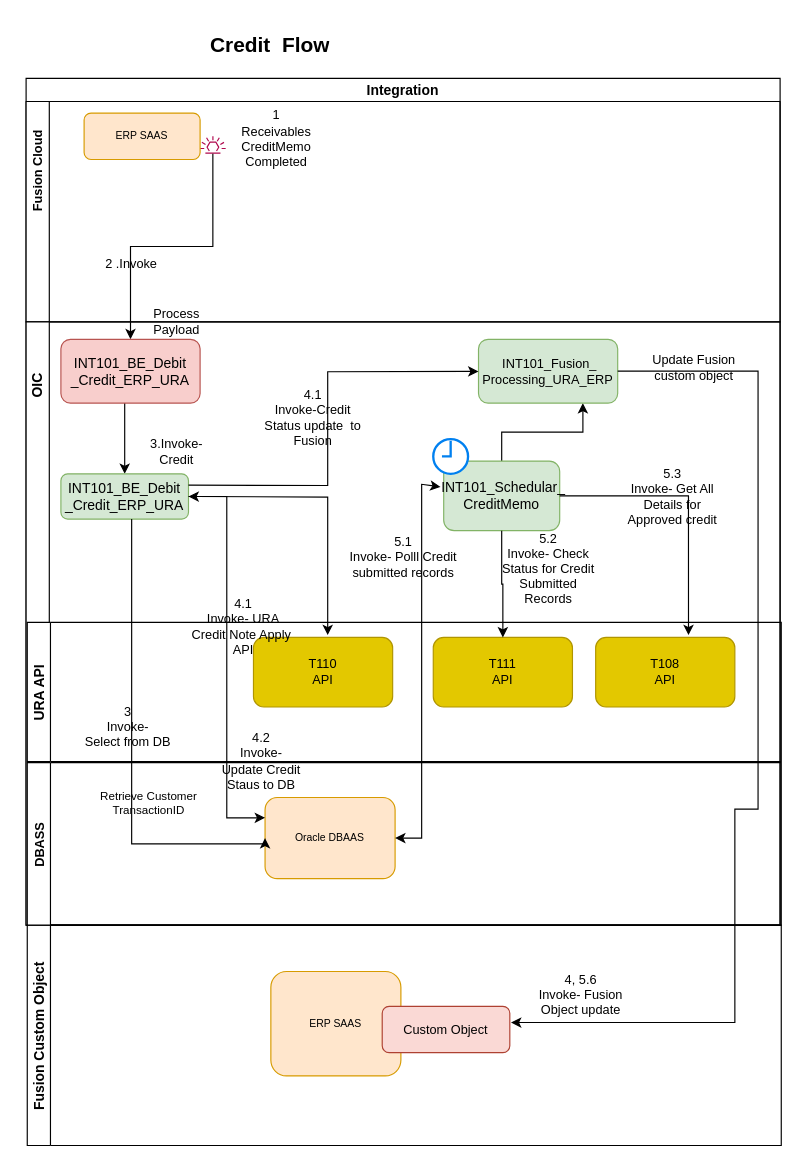
anantwag19/Workspace keeps this draw.io diagram as Credit-Flow Diagram.drawio. Above is the earlier version. Source tidied: cells renumbered, new cells numbered last; positions are measured from the earlier drawing's top-left corner, leaving out a move shared by most shapes. Both pictures are drawn from the tidied source at 116%, with x=0, y=0 at pixel (-15, 31).
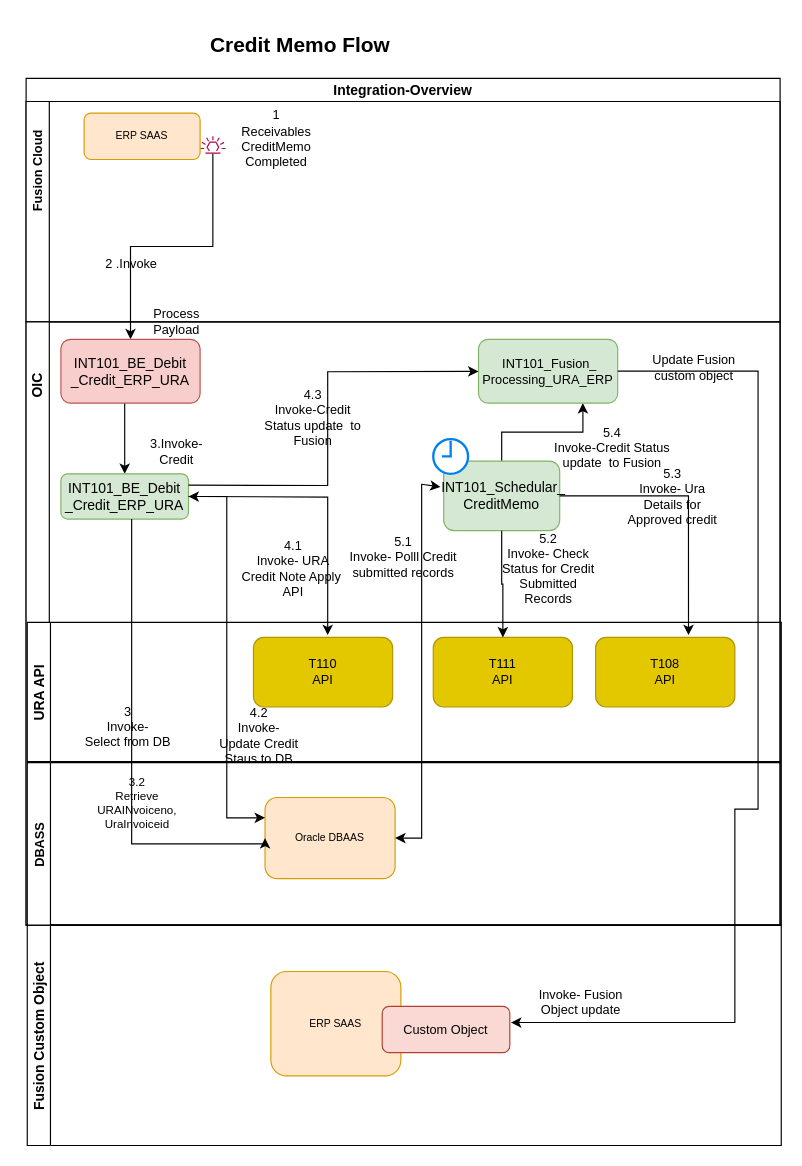
The same page after the edit.

The change refers to these unchanged cells:
```xml
<mxCell id="9" style="swimlane;startSize=20;horizontal=0;" parent="2" vertex="1">
  <mxGeometry y="210" width="650" height="520" as="geometry" />
</mxCell>
<mxCell id="29" value="Fusion Custom Object" style="swimlane;startSize=20;horizontal=0;fontSize=12;fontStyle=1;" parent="1" vertex="1">
  <mxGeometry x="36" y="770" width="650" height="190" as="geometry" />
</mxCell>
<mxCell id="32" value="DBASS" style="swimlane;startSize=20;horizontal=0;fontSize=11;" parent="29" vertex="1">
  <mxGeometry y="-140" width="650" height="140" as="geometry" />
</mxCell>
<mxCell id="38" value="URA API" style="swimlane;startSize=20;horizontal=0;" parent="1" vertex="1">
  <mxGeometry x="36" y="509" width="650" height="120" as="geometry" />
</mxCell>
```

What changed in the source:
```diff
@@
-    <mxCell id="2" value="Integration " style="swimlane;horizontal=1;startSize=20;" parent="1" vertex="1">
+    <mxCell id="2" value="Integration-Overview" style="swimlane;horizontal=1;startSize=20;" parent="1" vertex="1">
       <mxGeometry x="35" y="40" width="650" height="730" as="geometry" />
     </mxCell>
@@
-    <mxCell id="20" value="&lt;div&gt;4.1&lt;/div&gt;&lt;div&gt;Invoke-Credit Status update&amp;nbsp; to Fusion &lt;br&gt;&lt;/div&gt;" style="text;html=1;strokeColor=none;fillColor=none;align=center;verticalAlign=middle;whiteSpace=wrap;rounded=0;fontSize=11;" parent="9" vertex="1">
+    <mxCell id="20" value="&lt;div&gt;4.3&lt;/div&gt;&lt;div&gt;Invoke-Credit Status update&amp;nbsp; to Fusion &lt;br&gt;&lt;/div&gt;" style="text;html=1;strokeColor=none;fillColor=none;align=center;verticalAlign=middle;whiteSpace=wrap;rounded=0;fontSize=11;" parent="9" vertex="1">
       <mxGeometry x="200" y="60" width="95" height="45" as="geometry" />
     </mxCell>
@@
-    <mxCell id="25" value="&lt;div&gt;5.3&lt;/div&gt;&lt;div&gt;Invoke- Get All Details for Approved credit &lt;br&gt;&lt;/div&gt;" style="text;html=1;strokeColor=none;fillColor=none;align=center;verticalAlign=middle;whiteSpace=wrap;rounded=0;fontSize=11;" parent="9" vertex="1">
+    <mxCell id="25" value="&lt;div&gt;5.3&lt;/div&gt;&lt;div&gt;Invoke- Ura Details for Approved credit &lt;br&gt;&lt;/div&gt;" style="text;html=1;strokeColor=none;fillColor=none;align=center;verticalAlign=middle;whiteSpace=wrap;rounded=0;fontSize=11;" parent="9" vertex="1">
       <mxGeometry x="510" y="128" width="95" height="45" as="geometry" />
     </mxCell>
@@
+    <mxCell id="40" value="&lt;div&gt;4.1&lt;/div&gt;&lt;div&gt;Invoke- URA Credit Note Apply&amp;nbsp; API&lt;/div&gt;" style="text;html=1;strokeColor=none;fillColor=none;align=center;verticalAlign=middle;whiteSpace=wrap;rounded=0;fontSize=11;" parent="9" vertex="1">
+      <mxGeometry x="182.5" y="190" width="95" height="45" as="geometry" />
+    </mxCell>
+    <mxCell id="49" value="&lt;div&gt;5.4&lt;br&gt;&lt;/div&gt;&lt;div&gt;Invoke-Credit Status update&amp;nbsp; to Fusion &lt;br&gt;&lt;/div&gt;" style="text;html=1;strokeColor=none;fillColor=none;align=center;verticalAlign=middle;whiteSpace=wrap;rounded=0;fontSize=11;" parent="9" vertex="1">
+      <mxGeometry x="451" y="86" width="109" height="45" as="geometry" />
+    </mxCell>
-    <mxCell id="27" value="&lt;h1&gt;Credit&amp;nbsp; Flow &lt;br&gt;&lt;/h1&gt;&amp;nbsp;" style="text;html=1;strokeColor=none;fillColor=none;spacing=5;spacingTop=-20;whiteSpace=wrap;overflow=hidden;rounded=0;fontSize=9;" parent="1" vertex="1">
+    <mxCell id="27" value="&lt;h1&gt;Credit Memo Flow &lt;br&gt;&lt;/h1&gt;&amp;nbsp;" style="text;html=1;strokeColor=none;fillColor=none;spacing=5;spacingTop=-20;whiteSpace=wrap;overflow=hidden;rounded=0;fontSize=9;" parent="1" vertex="1">
       <mxGeometry x="188.5" width="245" height="40" as="geometry" />
     </mxCell>
@@
-    <mxCell id="34" value="&lt;div style=&quot;font-size: 10px;&quot;&gt;Retrieve Customer TransactionID&lt;br style=&quot;font-size: 10px;&quot;&gt;&lt;/div&gt;" style="text;html=1;strokeColor=none;fillColor=none;align=center;verticalAlign=middle;whiteSpace=wrap;rounded=0;fontSize=10;" parent="32" vertex="1">
-      <mxGeometry x="60" y="20" width="90" height="30" as="geometry" />
+    <mxCell id="34" value="&lt;div style=&quot;font-size: 10px&quot;&gt;3.2&lt;/div&gt;&lt;div style=&quot;font-size: 10px&quot;&gt;Retrieve URAINvoiceno,&lt;/div&gt;&lt;div style=&quot;font-size: 10px&quot;&gt;UraInvoiceid&lt;br style=&quot;font-size: 10px&quot;&gt;&lt;/div&gt;" style="text;html=1;strokeColor=none;fillColor=none;align=center;verticalAlign=middle;whiteSpace=wrap;rounded=0;fontSize=10;" parent="32" vertex="1">
+      <mxGeometry x="40" y="10" width="110" height="50" as="geometry" />
     </mxCell>
@@
     <mxCell id="36" value="&lt;div&gt;4.2&lt;br&gt;&lt;/div&gt;&lt;div&gt;Invoke- &lt;br&gt;&lt;/div&gt;&lt;div&gt;Update Credit Staus to DB&lt;br&gt;&lt;/div&gt;" style="text;html=1;strokeColor=none;fillColor=none;align=center;verticalAlign=middle;whiteSpace=wrap;rounded=0;fontSize=11;" parent="32" vertex="1">
-      <mxGeometry x="159" y="-30" width="86" height="58" as="geometry" />
+      <mxGeometry x="157" y="-52" width="86" height="58" as="geometry" />
     </mxCell>
-    <mxCell id="37" value="4, 5.6&lt;br&gt;&lt;div&gt;Invoke- Fusion Object update&lt;br&gt;&lt;/div&gt;" style="text;html=1;strokeColor=none;fillColor=none;align=center;verticalAlign=middle;whiteSpace=wrap;rounded=0;fontSize=11;" parent="29" vertex="1">
+    <mxCell id="37" value="&lt;br&gt;&lt;div&gt;Invoke- Fusion Object update&lt;br&gt;&lt;/div&gt;" style="text;html=1;strokeColor=none;fillColor=none;align=center;verticalAlign=middle;whiteSpace=wrap;rounded=0;fontSize=11;" parent="29" vertex="1">
       <mxGeometry x="430" y="40" width="95" height="40" as="geometry" />
     </mxCell>
@@
-    <mxCell id="40" value="&lt;div&gt;4.1&lt;/div&gt;&lt;div&gt;Invoke- URA Credit Note Apply&amp;nbsp; API&lt;/div&gt;" style="text;html=1;strokeColor=none;fillColor=none;align=center;verticalAlign=middle;whiteSpace=wrap;rounded=0;fontSize=11;" parent="38" vertex="1">
-      <mxGeometry x="139" y="-19" width="95" height="45" as="geometry" />
-    </mxCell>
```
